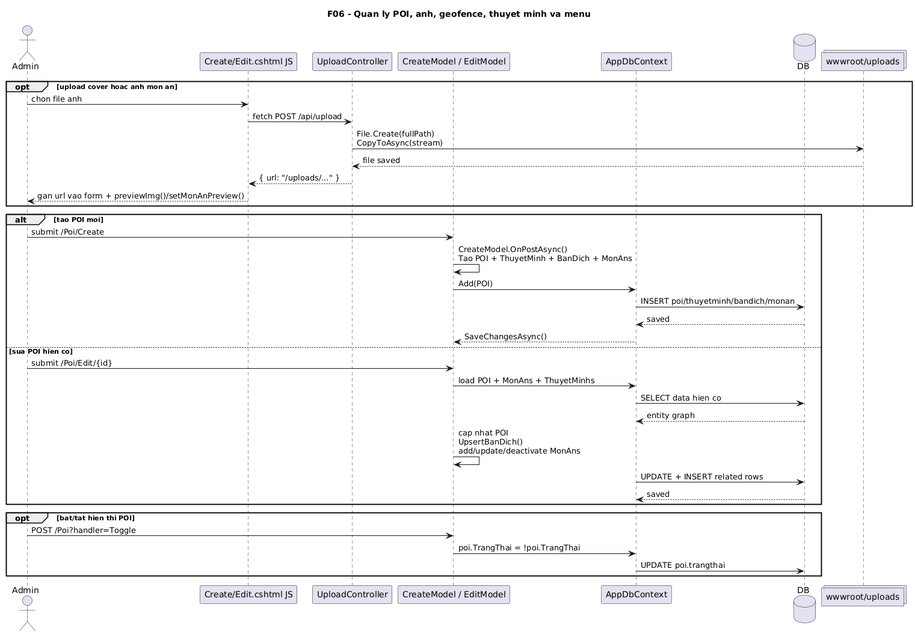
The PlantUML diagram docs/diagrams/png/06-cms-poi-management-sequence.png in VoBao182/PhoAmThuc, before a commit. The source it was exported from:
```plantuml
@startuml
title F06 - Quan ly POI, anh, geofence, thuyet minh va menu

actor Admin
participant "Create/Edit.cshtml JS" as JS
participant "UploadController" as UploadController
participant "CreateModel / EditModel" as PageModel
participant AppDbContext
database DB
collections "wwwroot/uploads" as UploadStore

opt upload cover hoac anh mon an
  Admin -> JS: chon file anh
  JS -> UploadController: fetch POST /api/upload
  UploadController -> UploadStore: File.Create(fullPath)\nCopyToAsync(stream)
  UploadStore --> UploadController: file saved
  UploadController --> JS: { url: "/uploads/..." }
  JS --> Admin: gan url vao form + previewImg()/setMonAnPreview()
end

alt tao POI moi
  Admin -> PageModel: submit /Poi/Create
  PageModel -> PageModel: CreateModel.OnPostAsync()\nTao POI + ThuyetMinh + BanDich + MonAns
  PageModel -> AppDbContext: Add(POI)
  AppDbContext -> DB: INSERT poi/thuyetminh/bandich/monan
  DB --> AppDbContext: saved
  AppDbContext --> PageModel: SaveChangesAsync()
else sua POI hien co
  Admin -> PageModel: submit /Poi/Edit/{id}
  PageModel -> AppDbContext: load POI + MonAns + ThuyetMinhs
  AppDbContext -> DB: SELECT data hien co
  DB --> AppDbContext: entity graph
  PageModel -> PageModel: cap nhat POI\nUpsertBanDich()\nadd/update/deactivate MonAns
  AppDbContext -> DB: UPDATE + INSERT related rows
  DB --> AppDbContext: saved
end

opt bat/tat hien thi POI
  Admin -> PageModel: POST /Poi?handler=Toggle
  PageModel -> AppDbContext: poi.TrangThai = !poi.TrangThai
  AppDbContext -> DB: UPDATE poi.trangthai
end
@enduml
```
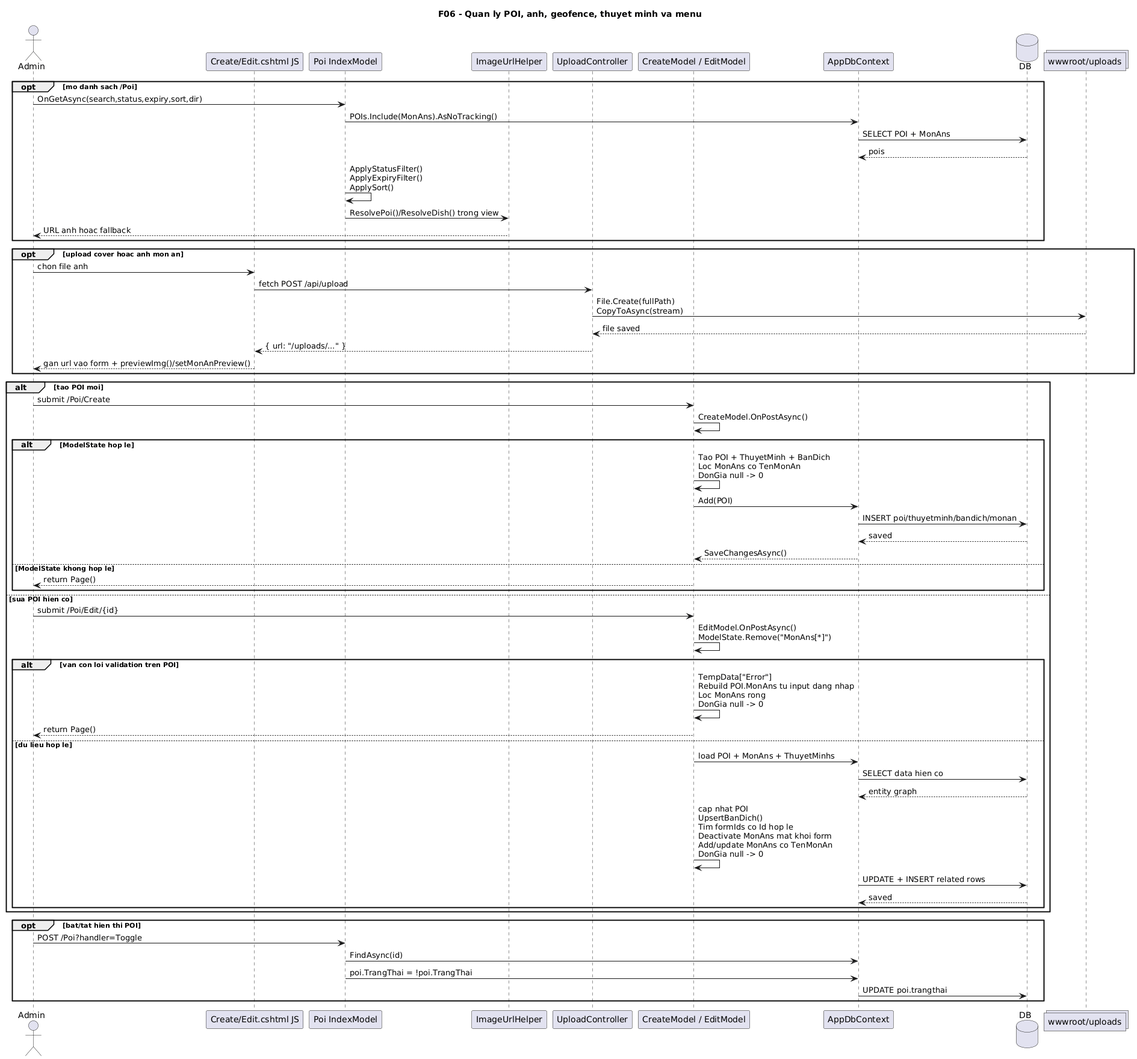
Later version of the same file.

Change to the diagram source:
```diff
@@ -3,11 +3,23 @@
 
 actor Admin
 participant "Create/Edit.cshtml JS" as JS
+participant "Poi IndexModel" as IndexModel
+participant ImageUrlHelper
 participant "UploadController" as UploadController
 participant "CreateModel / EditModel" as PageModel
 participant AppDbContext
 database DB
 collections "wwwroot/uploads" as UploadStore
+
+opt mo danh sach /Poi
+  Admin -> IndexModel: OnGetAsync(search,status,expiry,sort,dir)
+  IndexModel -> AppDbContext: POIs.Include(MonAns).AsNoTracking()
+  AppDbContext -> DB: SELECT POI + MonAns
+  DB --> AppDbContext: pois
+  IndexModel -> IndexModel: ApplyStatusFilter()\nApplyExpiryFilter()\nApplySort()
+  IndexModel -> ImageUrlHelper: ResolvePoi()/ResolveDish() trong view
+  ImageUrlHelper --> Admin: URL anh hoac fallback
+end
 
 opt upload cover hoac anh mon an
   Admin -> JS: chon file anh
@@ -20,24 +32,36 @@
 
 alt tao POI moi
   Admin -> PageModel: submit /Poi/Create
-  PageModel -> PageModel: CreateModel.OnPostAsync()\nTao POI + ThuyetMinh + BanDich + MonAns
-  PageModel -> AppDbContext: Add(POI)
-  AppDbContext -> DB: INSERT poi/thuyetminh/bandich/monan
-  DB --> AppDbContext: saved
-  AppDbContext --> PageModel: SaveChangesAsync()
+  PageModel -> PageModel: CreateModel.OnPostAsync()
+  alt ModelState hop le
+    PageModel -> PageModel: Tao POI + ThuyetMinh + BanDich\nLoc MonAns co TenMonAn\nDonGia null -> 0
+    PageModel -> AppDbContext: Add(POI)
+    AppDbContext -> DB: INSERT poi/thuyetminh/bandich/monan
+    DB --> AppDbContext: saved
+    AppDbContext --> PageModel: SaveChangesAsync()
+  else ModelState khong hop le
+    PageModel --> Admin: return Page()
+  end
 else sua POI hien co
   Admin -> PageModel: submit /Poi/Edit/{id}
-  PageModel -> AppDbContext: load POI + MonAns + ThuyetMinhs
-  AppDbContext -> DB: SELECT data hien co
-  DB --> AppDbContext: entity graph
-  PageModel -> PageModel: cap nhat POI\nUpsertBanDich()\nadd/update/deactivate MonAns
-  AppDbContext -> DB: UPDATE + INSERT related rows
-  DB --> AppDbContext: saved
+  PageModel -> PageModel: EditModel.OnPostAsync()\nModelState.Remove("MonAns[*]")
+  alt van con loi validation tren POI
+    PageModel -> PageModel: TempData["Error"]\nRebuild POI.MonAns tu input dang nhap\nLoc MonAns rong\nDonGia null -> 0
+    PageModel --> Admin: return Page()
+  else du lieu hop le
+    PageModel -> AppDbContext: load POI + MonAns + ThuyetMinhs
+    AppDbContext -> DB: SELECT data hien co
+    DB --> AppDbContext: entity graph
+    PageModel -> PageModel: cap nhat POI\nUpsertBanDich()\nTim formIds co Id hop le\nDeactivate MonAns mat khoi form\nAdd/update MonAns co TenMonAn\nDonGia null -> 0
+    AppDbContext -> DB: UPDATE + INSERT related rows
+    DB --> AppDbContext: saved
+  end
 end
 
 opt bat/tat hien thi POI
-  Admin -> PageModel: POST /Poi?handler=Toggle
-  PageModel -> AppDbContext: poi.TrangThai = !poi.TrangThai
+  Admin -> IndexModel: POST /Poi?handler=Toggle
+  IndexModel -> AppDbContext: FindAsync(id)
+  IndexModel -> AppDbContext: poi.TrangThai = !poi.TrangThai
   AppDbContext -> DB: UPDATE poi.trangthai
 end
 @enduml
```
